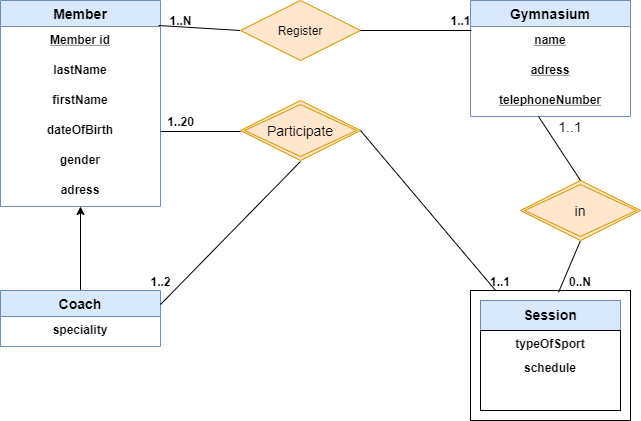
Before: chekpoint.png, a diagram exported from draw.io (SaberGuirat/Entity-relationship-model-Checkpoint). Source tidied: cells renumbered, new cells last; positions are measured from the earlier drawing's top-left corner, leaving out a move shared by most shapes.
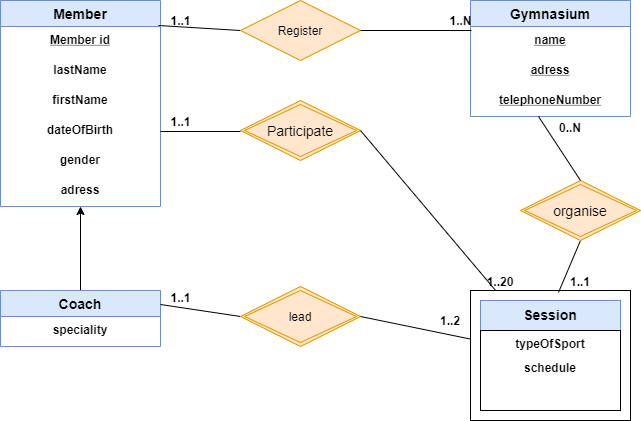
Above is the later version.

What changed in the source:
```diff
@@ -41,7 +41,7 @@
     <mxCell id="14" value="Register&lt;br&gt;" style="shape=rhombus;perimeter=rhombusPerimeter;whiteSpace=wrap;html=1;align=center;fillColor=#ffe6cc;strokeColor=#d79b00;" parent="1" vertex="1">
       <mxGeometry x="240" width="120" height="60" as="geometry" />
     </mxCell>
-    <mxCell id="15" value="&lt;b&gt;1..N&lt;/b&gt;" style="text;html=1;align=center;verticalAlign=middle;" parent="1" vertex="1">
+    <mxCell id="15" value="&lt;b&gt;1..1&lt;/b&gt;" style="text;html=1;align=center;verticalAlign=middle;" parent="1" vertex="1">
       <mxGeometry x="160" y="10" width="40" height="20" as="geometry" />
     </mxCell>
     <mxCell id="16" style="edgeStyle=orthogonalEdgeStyle;rounded=0;jettySize=auto;html=1;" parent="1" edge="1" source="17" target="2">
@@ -70,22 +70,20 @@
         <mxPoint x="240" y="131" as="sourcePoint" />
       </mxGeometry>
     </mxCell>
-    <mxCell id="24" value="&lt;b&gt;1..1&lt;/b&gt;" style="text;html=1;align=center;verticalAlign=middle;" parent="1" vertex="1">
+    <mxCell id="24" value="&lt;b&gt;1..N&lt;/b&gt;" style="text;html=1;align=center;verticalAlign=middle;" parent="1" vertex="1">
       <mxGeometry x="440" y="10" width="40" height="20" as="geometry" />
     </mxCell>
-    <mxCell id="25" value="&lt;b style=&quot;font-size: 12px&quot;&gt;1..20&lt;/b&gt;" style="text;html=1;align=center;verticalAlign=middle;fontSize=14;" parent="1" vertex="1">
+    <mxCell id="25" value="&lt;b style=&quot;font-size: 12px&quot;&gt;1..1&lt;/b&gt;" style="text;html=1;align=center;verticalAlign=middle;fontSize=14;" parent="1" vertex="1">
       <mxGeometry x="160" y="110" width="40" height="20" as="geometry" />
     </mxCell>
-    <mxCell id="26" value="&lt;b style=&quot;font-size: 12px&quot;&gt;1..1&lt;/b&gt;" style="text;html=1;strokeColor=none;fillColor=none;align=center;verticalAlign=middle;whiteSpace=wrap;rounded=0;shadow=0;glass=0;sketch=0;fontSize=14;" parent="1" vertex="1">
+    <mxCell id="26" value="&lt;b style=&quot;font-size: 12px&quot;&gt;1..20&lt;/b&gt;" style="text;html=1;strokeColor=none;fillColor=none;align=center;verticalAlign=middle;whiteSpace=wrap;rounded=0;shadow=0;glass=0;sketch=0;fontSize=14;" parent="1" vertex="1">
       <mxGeometry x="480" y="270" width="40" height="20" as="geometry" />
     </mxCell>
-    <mxCell id="27" style="endArrow=none;html=1;rounded=0;fontSize=14;entryX=0.5;entryY=1;entryDx=0;entryDy=0;exitX=1;exitY=0.25;exitDx=0;exitDy=0;" parent="1" edge="1" source="17">
-      <mxGeometry relative="1" as="geometry">
-        <mxPoint x="300" y="161" as="targetPoint" />
-      </mxGeometry>
+    <mxCell id="27" style="endArrow=none;html=1;rounded=0;fontSize=14;entryX=0;entryY=0.5;entryDx=0;entryDy=0;exitX=1;exitY=0.25;exitDx=0;exitDy=0;" parent="1" edge="1" source="17" target="37">
+      <mxGeometry relative="1" as="geometry" />
     </mxCell>
-    <mxCell id="28" value="&lt;b style=&quot;font-size: 12px&quot;&gt;1..2&lt;/b&gt;" style="text;html=1;align=center;verticalAlign=middle;fontSize=14;" parent="1" vertex="1">
-      <mxGeometry x="140" y="270" width="40" height="20" as="geometry" />
+    <mxCell id="28" value="&lt;b style=&quot;font-size: 12px&quot;&gt;1..1&lt;/b&gt;" style="text;html=1;align=center;verticalAlign=middle;fontSize=14;" parent="1" vertex="1">
+      <mxGeometry x="160" y="286" width="40" height="20" as="geometry" />
     </mxCell>
     <mxCell id="29" value="Participate" style="shape=rhombus;double=1;perimeter=rhombusPerimeter;whiteSpace=wrap;html=1;align=center;rounded=0;shadow=0;glass=0;sketch=0;strokeColor=#d79b00;fillColor=#ffe6cc;fontSize=14;" parent="1" vertex="1">
       <mxGeometry x="240" y="100" width="120" height="60" as="geometry" />
@@ -95,13 +93,13 @@
         <mxPoint x="580" y="240" as="targetPoint" />
       </mxGeometry>
     </mxCell>
-    <mxCell id="31" value="&lt;span style=&quot;font-size: 12px&quot;&gt;&lt;b&gt;0..N&lt;/b&gt;&lt;/span&gt;" style="text;html=1;strokeColor=none;fillColor=none;align=center;verticalAlign=middle;whiteSpace=wrap;rounded=0;shadow=0;glass=0;sketch=0;fontSize=14;" parent="1" vertex="1">
+    <mxCell id="31" value="&lt;span style=&quot;font-size: 12px&quot;&gt;&lt;b&gt;1..1&lt;/b&gt;&lt;/span&gt;" style="text;html=1;strokeColor=none;fillColor=none;align=center;verticalAlign=middle;whiteSpace=wrap;rounded=0;shadow=0;glass=0;sketch=0;fontSize=14;" parent="1" vertex="1">
       <mxGeometry x="560" y="270" width="40" height="20" as="geometry" />
     </mxCell>
-    <mxCell id="32" value="1..1" style="text;html=1;strokeColor=none;fillColor=none;align=center;verticalAlign=middle;whiteSpace=wrap;rounded=0;shadow=0;glass=0;sketch=0;fontSize=14;" parent="1" vertex="1">
+    <mxCell id="32" value="&lt;font style=&quot;font-size: 12px&quot;&gt;&lt;b&gt;0..N&lt;/b&gt;&lt;/font&gt;" style="text;html=1;strokeColor=none;fillColor=none;align=center;verticalAlign=middle;whiteSpace=wrap;rounded=0;shadow=0;glass=0;sketch=0;fontSize=14;" parent="1" vertex="1">
       <mxGeometry x="550" y="116" width="40" height="20" as="geometry" />
     </mxCell>
-    <mxCell id="33" value="in" style="shape=rhombus;double=1;perimeter=rhombusPerimeter;whiteSpace=wrap;html=1;align=center;rounded=0;shadow=0;glass=0;sketch=0;strokeColor=#d79b00;fillColor=#ffe6cc;fontSize=14;" parent="1" vertex="1">
+    <mxCell id="33" value="organise" style="shape=rhombus;double=1;perimeter=rhombusPerimeter;whiteSpace=wrap;html=1;align=center;rounded=0;shadow=0;glass=0;sketch=0;strokeColor=#d79b00;fillColor=#ffe6cc;fontSize=14;" parent="1" vertex="1">
       <mxGeometry x="520" y="180" width="120" height="60" as="geometry" />
     </mxCell>
     <mxCell id="34" style="endArrow=none;html=1;rounded=0;exitX=1;exitY=0.5;exitDx=0;exitDy=0;" parent="1" edge="1" source="29" target="19">
@@ -115,5 +113,14 @@
         <mxPoint x="471" y="30" as="sourcePoint" />
       </mxGeometry>
     </mxCell>
+    <mxCell id="37" value="lead" style="shape=rhombus;double=1;perimeter=rhombusPerimeter;whiteSpace=wrap;html=1;align=center;fillColor=#ffe6cc;strokeColor=#d79b00;" parent="1" vertex="1">
+      <mxGeometry x="240" y="286" width="120" height="60" as="geometry" />
+    </mxCell>
+    <mxCell id="38" style="endArrow=none;html=1;rounded=0;exitX=1;exitY=0.5;exitDx=0;exitDy=0;" parent="1" edge="1" source="37" target="19">
+      <mxGeometry relative="1" as="geometry" />
+    </mxCell>
+    <mxCell id="39" value="&lt;b&gt;1..2&lt;/b&gt;" style="text;html=1;strokeColor=none;fillColor=none;align=center;verticalAlign=middle;whiteSpace=wrap;rounded=0;" parent="1" vertex="1">
+      <mxGeometry x="430" y="310" width="40" height="20" as="geometry" />
+    </mxCell>
   </root>
 </mxGraphModel>
```
